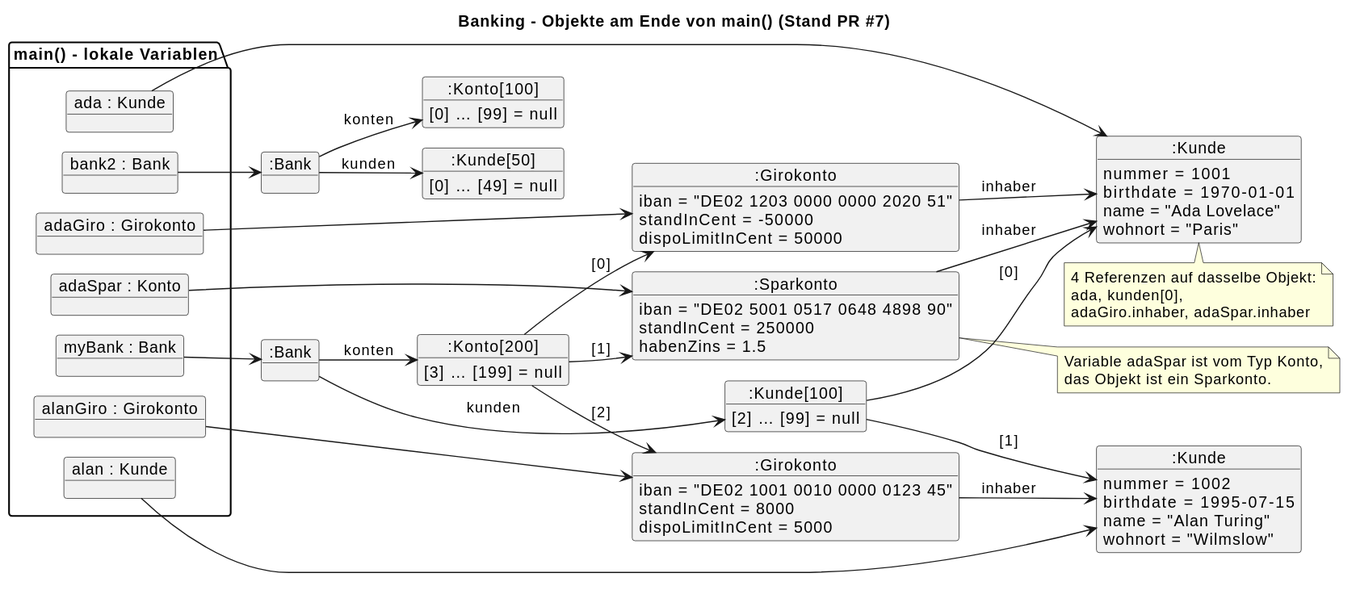
Earlier version of the PlantUML export docs/banking_5_objekte.svg (atvantage-academy/training-2026-08-24-java-oop). The source it was exported from:
```plantuml
@startuml
title Banking - Objekte am Ende von main() (Stand PR #7)

!pragma layout smetana
left to right direction

package "main() - lokale Variablen" {
    object "myBank : Bank" as v_myBank
    object "bank2 : Bank" as v_bank2
    object "ada : Kunde" as v_ada
    object "alan : Kunde" as v_alan
    object "adaGiro : Girokonto" as v_adaGiro
    object "adaSpar : Konto" as v_adaSpar
    object "alanGiro : Girokonto" as v_alanGiro
}

object ":Bank" as b1
object ":Konto[200]" as b1konten {
    [3] … [199] = null
}
object ":Kunde[100]" as b1kunden {
    [2] … [99] = null
}

object ":Bank" as b2
object ":Konto[100]" as b2konten {
    [0] … [99] = null
}
object ":Kunde[50]" as b2kunden {
    [0] … [49] = null
}

object ":Kunde" as k1 {
    nummer = 1001
    birthdate = 1970-01-01
    name = "Ada Lovelace"
    wohnort = "Paris"
}
object ":Kunde" as k2 {
    nummer = 1002
    birthdate = 1995-07-15
    name = "Alan Turing"
    wohnort = "Wilmslow"
}

object ":Girokonto" as g1 {
    iban = "DE02 1203 0000 0000 2020 51"
    standInCent = -50000
    dispoLimitInCent = 50000
}
object ":Sparkonto" as s1 {
    iban = "DE02 5001 0517 0648 4898 90"
    standInCent = 250000
    habenZins = 1.5
}
object ":Girokonto" as g2 {
    iban = "DE02 1001 0010 0000 0123 45"
    standInCent = 8000
    dispoLimitInCent = 5000
}

v_myBank --> b1
v_bank2 --> b2
v_ada -----> k1
v_alan -----> k2
v_adaGiro ----> g1
v_adaSpar ----> s1
v_alanGiro ----> g2

b1 --> b1konten : konten
b1 --> b1kunden : kunden
b2 --> b2konten : konten
b2 --> b2kunden : kunden

b1konten --> g1 : [0]
b1konten --> s1 : [1]
b1konten --> g2 : [2]
b1kunden --> k1 : [0]
b1kunden --> k2 : [1]

g1 --> k1 : inhaber
s1 --> k1 : inhaber
g2 --> k2 : inhaber

note bottom of k1
    4 Referenzen auf dasselbe Objekt:
    ada, kunden[0],
    adaGiro.inhaber, adaSpar.inhaber
end note

note right of s1
    Variable adaSpar ist vom Typ Konto,
    das Objekt ist ein Sparkonto.
end note
@enduml
```
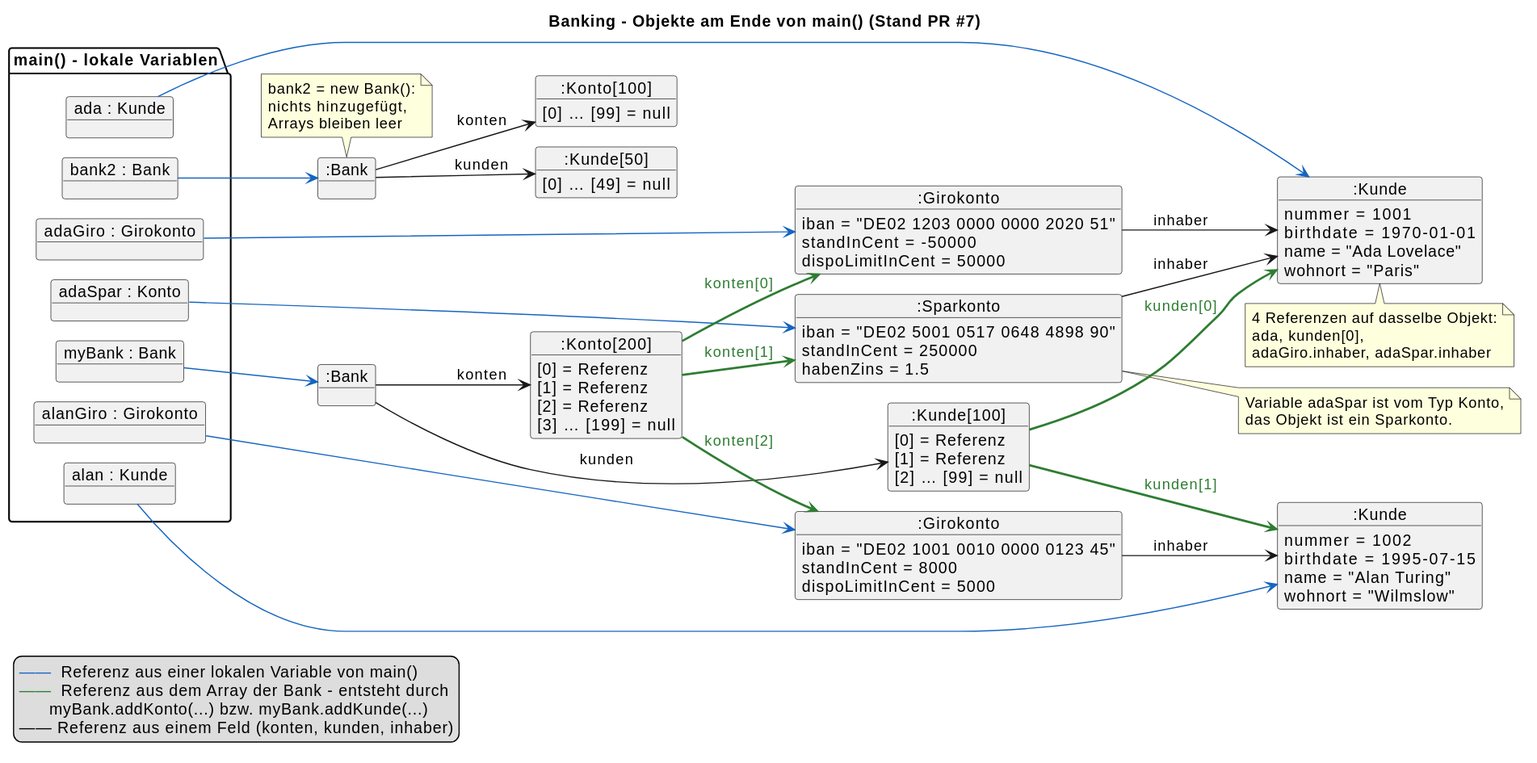
The same file after the commit.

Commit message:
Hebe Referenzen aus den Arrays der Bank im Objektdiagramm hervor

Die belegten Plätze der Arrays stehen jetzt ausdrücklich im Objekt, die
Referenzen daraus sind grün und als konten[i]/kunden[i] beschriftet.
Eine Legende unterscheidet Referenzen aus main(), aus den Arrays der
Bank und aus Feldern; bank2 ist als bewusst leer markiert.

Change to the diagram source:
```diff
@@ -16,9 +16,14 @@
 
 object ":Bank" as b1
 object ":Konto[200]" as b1konten {
+    [0] = Referenz
+    [1] = Referenz
+    [2] = Referenz
     [3] … [199] = null
 }
 object ":Kunde[100]" as b1kunden {
+    [0] = Referenz
+    [1] = Referenz
     [2] … [99] = null
 }
 
@@ -59,24 +64,24 @@
     dispoLimitInCent = 5000
 }
 
-v_myBank --> b1
-v_bank2 --> b2
-v_ada -----> k1
-v_alan -----> k2
-v_adaGiro ----> g1
-v_adaSpar ----> s1
-v_alanGiro ----> g2
+v_myBank -[#1565C0]-> b1
+v_bank2 -[#1565C0]-> b2
+v_ada -[#1565C0]----> k1
+v_alan -[#1565C0]----> k2
+v_adaGiro -[#1565C0]---> g1
+v_adaSpar -[#1565C0]---> s1
+v_alanGiro -[#1565C0]---> g2
 
 b1 --> b1konten : konten
 b1 --> b1kunden : kunden
 b2 --> b2konten : konten
 b2 --> b2kunden : kunden
 
-b1konten --> g1 : [0]
-b1konten --> s1 : [1]
-b1konten --> g2 : [2]
-b1kunden --> k1 : [0]
-b1kunden --> k2 : [1]
+b1konten -[#2E7D32,bold]-> g1 : <color:#2E7D32>konten[0]</color>
+b1konten -[#2E7D32,bold]-> s1 : <color:#2E7D32>konten[1]</color>
+b1konten -[#2E7D32,bold]-> g2 : <color:#2E7D32>konten[2]</color>
+b1kunden -[#2E7D32,bold]-> k1 : <color:#2E7D32>kunden[0]</color>
+b1kunden -[#2E7D32,bold]-> k2 : <color:#2E7D32>kunden[1]</color>
 
 g1 --> k1 : inhaber
 s1 --> k1 : inhaber
@@ -88,8 +93,21 @@
     adaGiro.inhaber, adaSpar.inhaber
 end note
 
+note top of b2
+    bank2 = new Bank():
+    nichts hinzugefügt,
+    Arrays bleiben leer
+end note
+
 note right of s1
     Variable adaSpar ist vom Typ Konto,
     das Objekt ist ein Sparkonto.
 end note
+
+legend bottom left
+    <color:#1565C0>——</color>  Referenz aus einer lokalen Variable von main()
+    <color:#2E7D32>——</color>  Referenz aus dem Array der Bank - entsteht durch
+          myBank.addKonto(...) bzw. myBank.addKunde(...)
+    ——  Referenz aus einem Feld (konten, kunden, inhaber)
+endlegend
 @enduml
```
